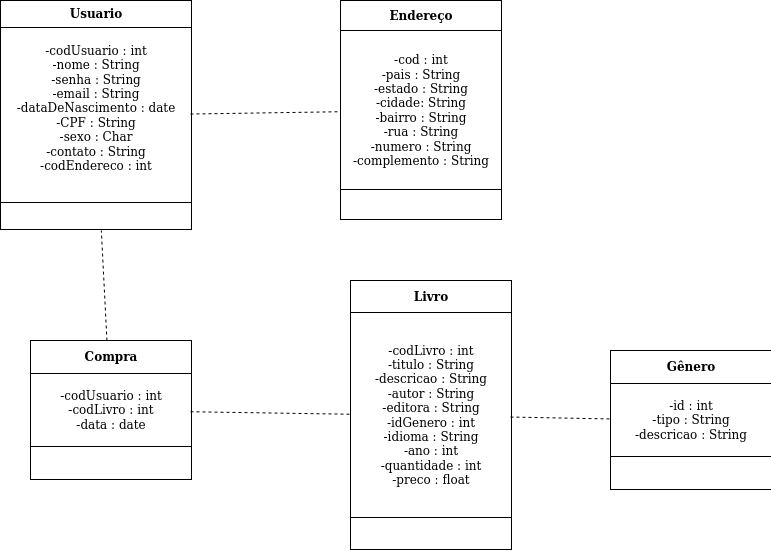
Above: docs/ModeloConceitual.png in GabrielBFelix/EBook (draw.io), before the change. Source tidied: cells renumbered, new cells last; positions are measured from the earlier drawing's top-left corner, leaving out a move shared by most shapes.
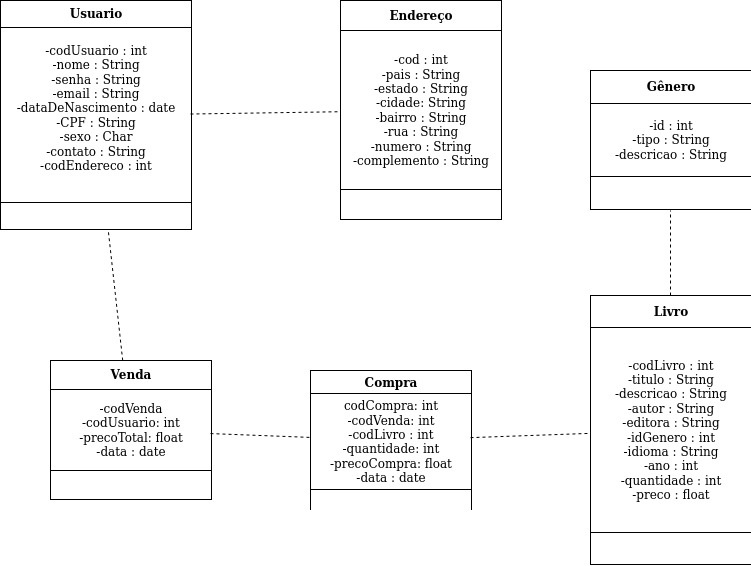
The same file after the commit.

Commit message:
Correção do modelo conceitual

Change to the diagram source:
```diff
@@ -9,13 +9,13 @@
       <mxGeometry x="340" width="160" height="220" as="geometry" />
     </mxCell>
     <mxCell id="4" value="&lt;table style=&quot;width: 100% ; height: 100% ; border-collapse: collapse&quot; width=&quot;100%&quot; cellpadding=&quot;4&quot; border=&quot;1&quot;&gt;&lt;tbody&gt;&lt;tr&gt;&lt;th align=&quot;center&quot;&gt;&lt;b&gt;Livro&lt;/b&gt;&lt;/th&gt;&lt;/tr&gt;&lt;tr&gt;&lt;td align=&quot;center&quot;&gt;-codLivro : int&lt;br&gt;-titulo : String&lt;br&gt;-descricao : String&lt;br&gt;-autor : String&lt;br&gt;-editora : String&lt;br&gt;-idGenero : int&lt;br&gt;-idioma : String&lt;br&gt;-ano : int&lt;br&gt;-quantidade : int&lt;br&gt;-preco : float&lt;br&gt;&lt;/td&gt;&lt;/tr&gt;&lt;tr&gt;&lt;td align=&quot;center&quot;&gt;&lt;br&gt;&lt;/td&gt;&lt;/tr&gt;&lt;/tbody&gt;&lt;/table&gt;" style="text;html=1;strokeColor=none;fillColor=none;overflow=fill;" parent="1" vertex="1">
-      <mxGeometry x="350" y="280" width="160" height="270" as="geometry" />
+      <mxGeometry x="590" y="295" width="160" height="270" as="geometry" />
     </mxCell>
     <mxCell id="5" value="&lt;table style=&quot;width: 100% ; height: 100% ; border-collapse: collapse&quot; width=&quot;100%&quot; cellpadding=&quot;4&quot; border=&quot;1&quot;&gt;&lt;tbody&gt;&lt;tr&gt;&lt;th align=&quot;center&quot;&gt;Gênero&lt;/th&gt;&lt;/tr&gt;&lt;tr&gt;&lt;td align=&quot;center&quot;&gt;-id : int&lt;br&gt;-tipo : String&lt;br&gt;-descricao : String&lt;br&gt;&lt;/td&gt;&lt;/tr&gt;&lt;tr&gt;&lt;td align=&quot;center&quot;&gt;&lt;br&gt;&lt;/td&gt;&lt;/tr&gt;&lt;/tbody&gt;&lt;/table&gt;" style="text;html=1;strokeColor=none;fillColor=none;overflow=fill;" parent="1" vertex="1">
-      <mxGeometry x="610" y="350" width="160" height="140" as="geometry" />
+      <mxGeometry x="590" y="70" width="160" height="140" as="geometry" />
     </mxCell>
-    <mxCell id="6" value="&lt;table style=&quot;width: 100% ; height: 100% ; border-collapse: collapse&quot; width=&quot;100%&quot; cellpadding=&quot;4&quot; border=&quot;1&quot;&gt;&lt;tbody&gt;&lt;tr&gt;&lt;th align=&quot;center&quot;&gt;Compra&lt;br&gt;&lt;/th&gt;&lt;/tr&gt;&lt;tr&gt;&lt;td align=&quot;center&quot;&gt;-codUsuario : int&lt;br&gt;-codLivro : int&lt;br&gt;-data : date&lt;br&gt;&lt;/td&gt;&lt;/tr&gt;&lt;tr&gt;&lt;td align=&quot;center&quot;&gt;&lt;br&gt;&lt;/td&gt;&lt;/tr&gt;&lt;/tbody&gt;&lt;/table&gt;" style="text;html=1;strokeColor=none;fillColor=none;overflow=fill;" parent="1" vertex="1">
-      <mxGeometry x="30" y="340" width="160" height="140" as="geometry" />
+    <mxCell id="6" value="&lt;table style=&quot;width: 100% ; height: 100% ; border-collapse: collapse&quot; width=&quot;100%&quot; cellpadding=&quot;4&quot; border=&quot;1&quot;&gt;&lt;tbody&gt;&lt;tr&gt;&lt;th align=&quot;center&quot;&gt;Compra&lt;br&gt;&lt;/th&gt;&lt;/tr&gt;&lt;tr&gt;&lt;td align=&quot;center&quot;&gt;codCompra: int&lt;br&gt;-codVenda: int&lt;br&gt;-codLivro : int&lt;br&gt;-quantidade: int&lt;br&gt;-precoCompra: float&lt;br&gt;-data : date&lt;br&gt;&lt;/td&gt;&lt;/tr&gt;&lt;tr&gt;&lt;td align=&quot;center&quot;&gt;&lt;br&gt;&lt;/td&gt;&lt;/tr&gt;&lt;/tbody&gt;&lt;/table&gt;" style="text;html=1;strokeColor=none;fillColor=none;overflow=fill;" parent="1" vertex="1">
+      <mxGeometry x="310" y="370" width="160" height="140" as="geometry" />
     </mxCell>
     <mxCell id="7" style="endArrow=none;dashed=1;html=1;" parent="1" edge="1" source="2" target="3">
       <mxGeometry relative="1" as="geometry" />
@@ -23,11 +23,17 @@
     <mxCell id="8" style="endArrow=none;dashed=1;html=1;" parent="1" edge="1" source="4" target="5">
       <mxGeometry relative="1" as="geometry" />
     </mxCell>
-    <mxCell id="9" style="endArrow=none;dashed=1;html=1;" parent="1" edge="1" source="6" target="2">
-      <mxGeometry relative="1" as="geometry" />
-    </mxCell>
     <mxCell id="10" style="endArrow=none;dashed=1;html=1;" parent="1" edge="1" source="6" target="4">
       <mxGeometry relative="1" as="geometry" />
     </mxCell>
+    <mxCell id="11" value="&lt;table style=&quot;width: 100% ; height: 100% ; border-collapse: collapse&quot; width=&quot;100%&quot; cellpadding=&quot;4&quot; border=&quot;1&quot;&gt;&lt;tbody&gt;&lt;tr&gt;&lt;th align=&quot;center&quot;&gt;Venda&lt;br&gt;&lt;/th&gt;&lt;/tr&gt;&lt;tr&gt;&lt;td align=&quot;center&quot;&gt;-codVenda&lt;br&gt;-codUsuario: int&lt;br&gt;-precoTotal: float&lt;br&gt;-data : date&lt;br&gt;&lt;/td&gt;&lt;/tr&gt;&lt;tr&gt;&lt;td align=&quot;center&quot;&gt;&lt;br&gt;&lt;/td&gt;&lt;/tr&gt;&lt;/tbody&gt;&lt;/table&gt;" style="text;html=1;strokeColor=none;fillColor=none;overflow=fill;" parent="1" vertex="1">
+      <mxGeometry x="50" y="360" width="160" height="140" as="geometry" />
+    </mxCell>
+    <mxCell id="12" style="endArrow=none;dashed=1;html=1;" parent="1" edge="1" source="11" target="2">
+      <mxGeometry relative="1" as="geometry" />
+    </mxCell>
+    <mxCell id="13" style="endArrow=none;dashed=1;html=1;" parent="1" edge="1" source="11" target="6">
+      <mxGeometry relative="1" as="geometry" />
+    </mxCell>
   </root>
 </mxGraphModel>
```
